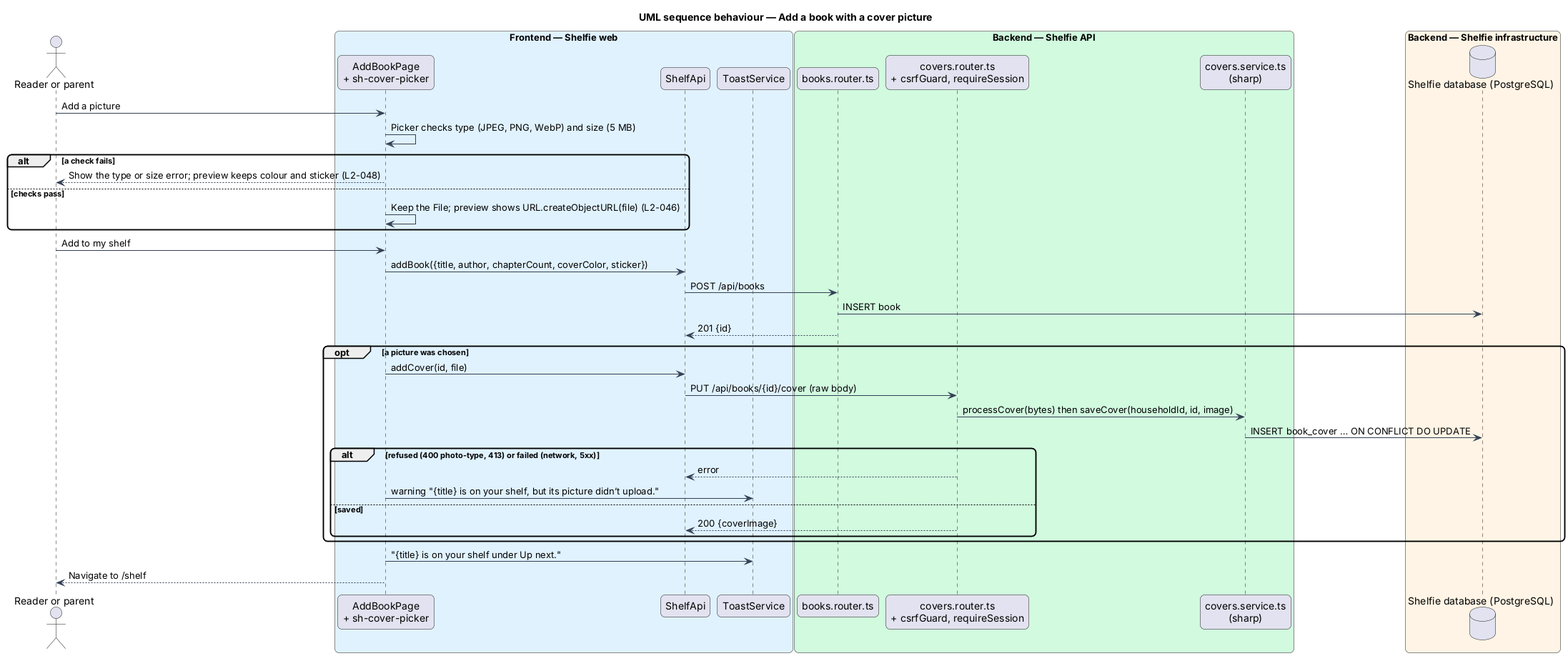
QuinntyneBrown/shelfie keeps this PlantUML diagram as docs/detailed-designs/books/upload-book-cover/diagrams/sequence-add-book-with-picture.png. Above is the earlier version.
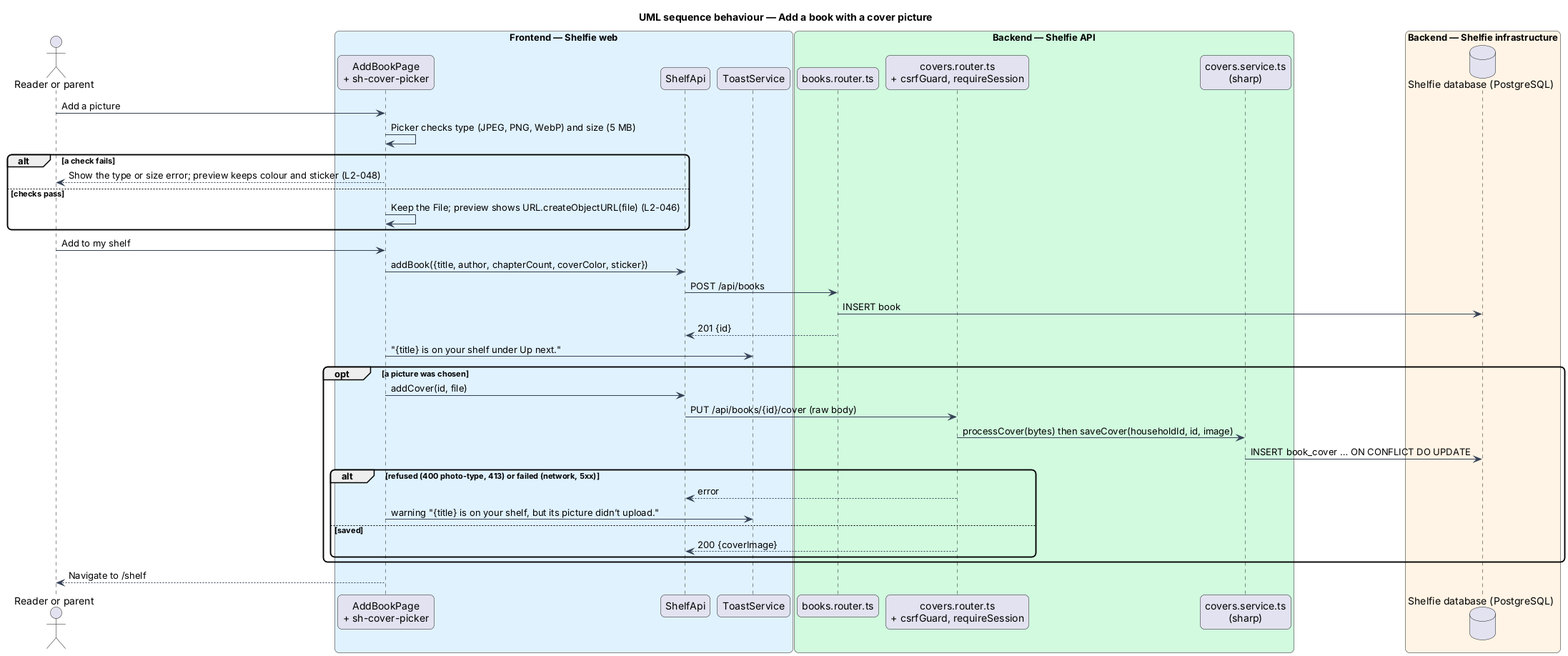
Later version of the same file.

The edit, as a diff of the source:
```diff
@@ -31,6 +31,7 @@
 client -> books : POST /api/books
 books -> db : INSERT book
 books --> client : 201 {id}
+page -> toasts : "{title} is on your shelf under Up next."
 opt a picture was chosen
   page -> client : addCover(id, file)
   client -> router : PUT /api/books/{id}/cover (raw body)
@@ -43,6 +44,5 @@
     router --> client : 200 {coverImage}
   end
 end
-page -> toasts : "{title} is on your shelf under Up next."
 page --> person : Navigate to /shelf
 @enduml
```
